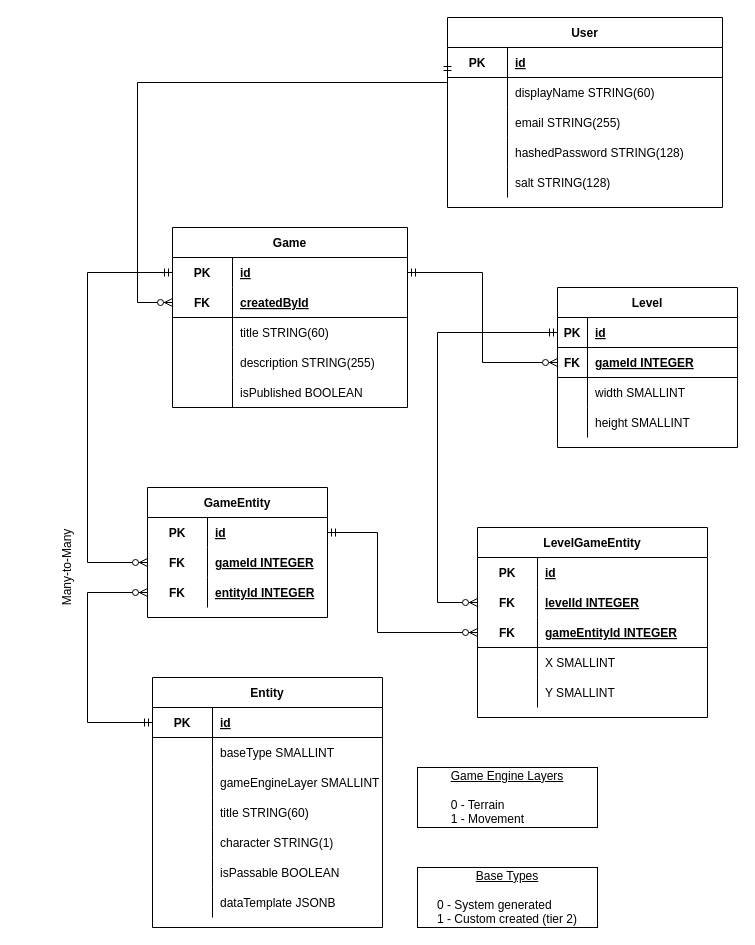
This is docs/DatabaseERD - tier 1.drawio from CS4450-ASCII/ASCIIDungeons, a draw.io file, before an edit. Source tidied: cells renumbered, new cells numbered last; positions are measured from the earlier drawing's top-left corner, leaving out a move shared by most shapes. Both pictures are drawn from the tidied source at 100%, with x=0, y=0 at pixel (17, 17).
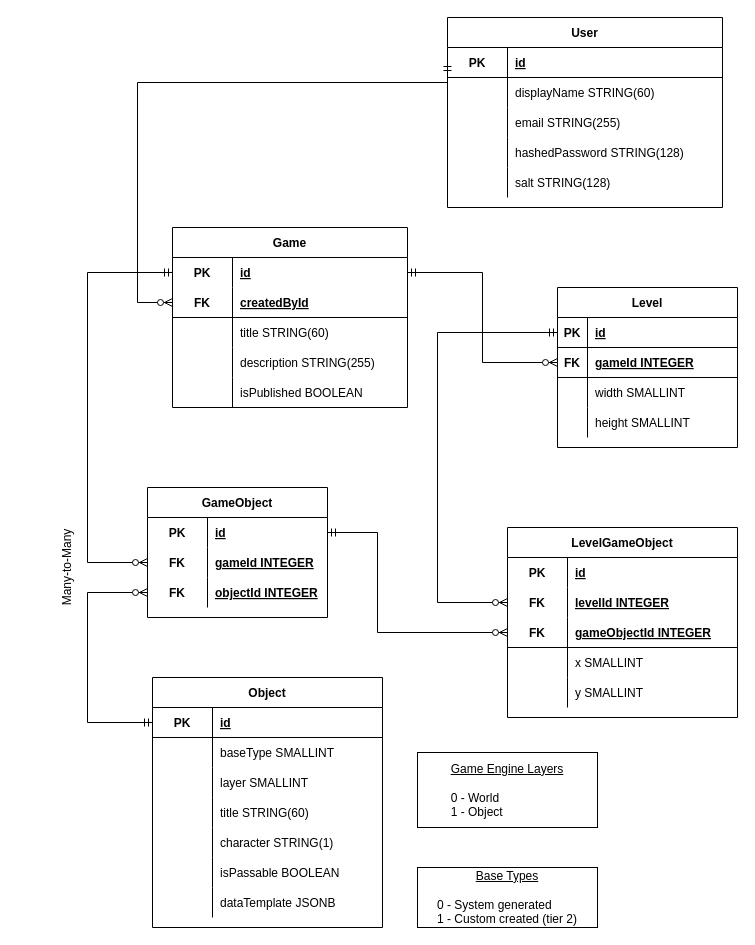
Above is the later version.

The change refers to these unchanged cells:
```xml
<mxCell id="54" style="shape=partialRectangle;fillColor=none;top=0;left=0;bottom=1;right=0;points=[[0,0.5],[1,0.5]];portConstraint=eastwest;" parent="47" vertex="1">
  <mxGeometry y="90" width="230" height="30" as="geometry" />
</mxCell>
<mxCell id="57" style="shape=partialRectangle;fillColor=none;top=0;left=0;bottom=0;right=0;" parent="47" vertex="1">
  <mxGeometry y="120" width="230" height="30" as="geometry" />
</mxCell>
<mxCell id="60" style="shape=partialRectangle;fillColor=none;top=0;left=0;bottom=0;right=0;" parent="47" vertex="1">
  <mxGeometry y="150" width="230" height="30" as="geometry" />
</mxCell>
<mxCell id="72" style="shape=partialRectangle;fillColor=none;top=0;left=0;bottom=0;right=0;" parent="65" vertex="1">
  <mxGeometry y="90" width="230" height="30" as="geometry" />
</mxCell>
<mxCell id="94" style="shape=partialRectangle;fillColor=none;top=0;left=0;bottom=0;right=0;points=[[0,0.5],[1,0.5]];portConstraint=eastwest;" parent="87" vertex="1">
  <mxGeometry y="90" width="180" height="30" as="geometry" />
</mxCell>
```

Diff of the diagram source:
```diff
@@
-    <mxCell id="47" value="LevelGameEntity" style="shape=table;startSize=30;childLayout=tableLayout;rowLines=0;fontStyle=1;align=center;" parent="1" vertex="1">
-      <mxGeometry x="460" y="510" width="230" height="190" as="geometry" />
+    <mxCell id="47" value="LevelGameObject" style="shape=table;startSize=30;childLayout=tableLayout;rowLines=0;fontStyle=1;align=center;" parent="1" vertex="1">
+      <mxGeometry x="490" y="510" width="230" height="190" as="geometry" />
     </mxCell>
@@
-    <mxCell id="56" value="gameEntityId INTEGER" style="shape=partialRectangle;fillColor=none;top=0;left=0;bottom=0;right=0;align=left;spacingLeft=6;fontStyle=5;overflow=hidden;" parent="54" vertex="1">
+    <mxCell id="56" value="gameObjectId INTEGER" style="shape=partialRectangle;fillColor=none;top=0;left=0;bottom=0;right=0;align=left;spacingLeft=6;fontStyle=5;overflow=hidden;" parent="54" vertex="1">
       <mxGeometry x="60" width="170" height="30" as="geometry" />
     </mxCell>
@@
-    <mxCell id="59" value="X SMALLINT" style="shape=partialRectangle;fillColor=none;top=0;left=0;bottom=0;right=0;align=left;spacingLeft=6;overflow=hidden;" parent="57" vertex="1">
+    <mxCell id="59" value="x SMALLINT" style="shape=partialRectangle;fillColor=none;top=0;left=0;bottom=0;right=0;align=left;spacingLeft=6;overflow=hidden;" parent="57" vertex="1">
       <mxGeometry x="60" width="170" height="30" as="geometry" />
     </mxCell>
@@
-    <mxCell id="62" value="Y SMALLINT" style="shape=partialRectangle;fillColor=none;top=0;left=0;bottom=0;right=0;align=left;spacingLeft=6;overflow=hidden;" parent="60" vertex="1">
+    <mxCell id="62" value="y SMALLINT" style="shape=partialRectangle;fillColor=none;top=0;left=0;bottom=0;right=0;align=left;spacingLeft=6;overflow=hidden;" parent="60" vertex="1">
       <mxGeometry x="60" width="170" height="30" as="geometry" />
     </mxCell>
@@
-    <mxCell id="65" value="Entity" style="shape=table;startSize=30;childLayout=tableLayout;rowLines=0;fontStyle=1;align=center;" parent="1" vertex="1">
+    <mxCell id="65" value="Object" style="shape=table;startSize=30;childLayout=tableLayout;rowLines=0;fontStyle=1;align=center;" parent="1" vertex="1">
       <mxGeometry x="135" y="660" width="230" height="250" as="geometry" />
     </mxCell>
@@
-    <mxCell id="74" value="gameEngineLayer SMALLINT" style="shape=partialRectangle;fillColor=none;top=0;left=0;bottom=0;right=0;align=left;spacingLeft=6;overflow=hidden;" parent="72" vertex="1">
+    <mxCell id="74" value="layer SMALLINT" style="shape=partialRectangle;fillColor=none;top=0;left=0;bottom=0;right=0;align=left;spacingLeft=6;overflow=hidden;" parent="72" vertex="1">
       <mxGeometry x="60" width="170" height="30" as="geometry" />
     </mxCell>
@@
-    <mxCell id="87" value="GameEntity" style="shape=table;startSize=30;childLayout=tableLayout;rowLines=0;fontStyle=1;align=center;" parent="1" vertex="1">
+    <mxCell id="87" value="GameObject" style="shape=table;startSize=30;childLayout=tableLayout;rowLines=0;fontStyle=1;align=center;" parent="1" vertex="1">
       <mxGeometry x="130" y="470" width="180" height="130" as="geometry" />
     </mxCell>
@@
-    <mxCell id="96" value="entityId INTEGER" style="shape=partialRectangle;fillColor=none;top=0;left=0;bottom=0;right=0;align=left;spacingLeft=6;fontStyle=5;overflow=hidden;" parent="94" vertex="1">
+    <mxCell id="96" value="objectId INTEGER" style="shape=partialRectangle;fillColor=none;top=0;left=0;bottom=0;right=0;align=left;spacingLeft=6;fontStyle=5;overflow=hidden;" parent="94" vertex="1">
       <mxGeometry x="60" width="120" height="30" as="geometry" />
     </mxCell>
@@
-    <mxCell id="101" value="&lt;u&gt;Game Engine Layers&lt;br&gt;&lt;/u&gt;&lt;br&gt;&lt;div style=&quot;text-align: left&quot;&gt;&lt;span&gt;0 - Terrain&lt;/span&gt;&lt;/div&gt;&lt;div style=&quot;text-align: left&quot;&gt;&lt;span&gt;1 - Movement&lt;/span&gt;&lt;/div&gt;" style="whiteSpace=wrap;html=1;" parent="1" vertex="1">
-      <mxGeometry x="400" y="750" width="180" height="60" as="geometry" />
+    <mxCell id="101" value="&lt;u&gt;Game Engine Layers&lt;br&gt;&lt;/u&gt;&lt;br&gt;&lt;div style=&quot;text-align: left&quot;&gt;&lt;span&gt;0 - World&lt;/span&gt;&lt;/div&gt;&lt;div style=&quot;text-align: left&quot;&gt;&lt;span&gt;1 - Object&lt;/span&gt;&lt;/div&gt;" style="whiteSpace=wrap;html=1;" parent="1" vertex="1">
+      <mxGeometry x="400" y="735" width="180" height="75" as="geometry" />
     </mxCell>
```
